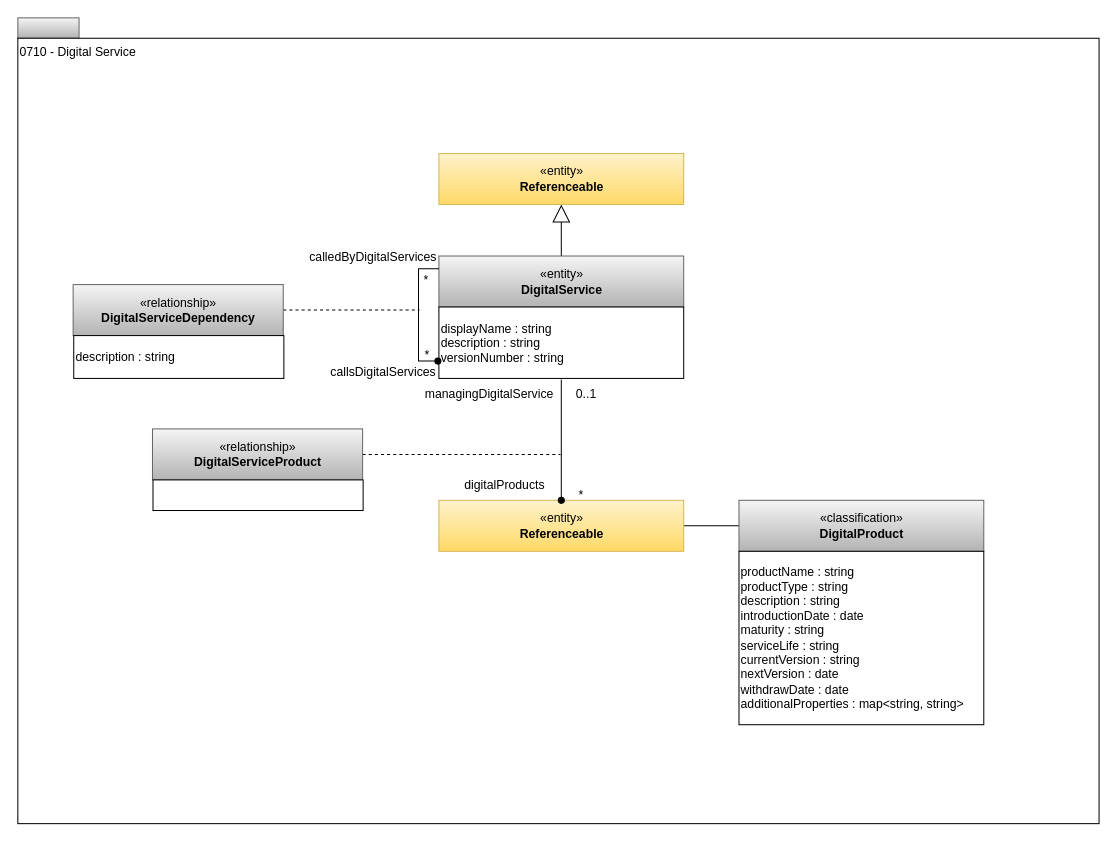
Earlier version of the draw.io diagram page "0710-Digital-Service" (2 of 17) of site/docs/types/7/area-7-lineage.drawio (odpi/egeria-docs). Source tidied: cells renumbered, new cells numbered last; positions are measured from the earlier drawing's top-left corner, leaving out a move shared by most shapes. Both pictures are drawn from the tidied source at 102%, with x=0, y=0 at pixel (17, 17).
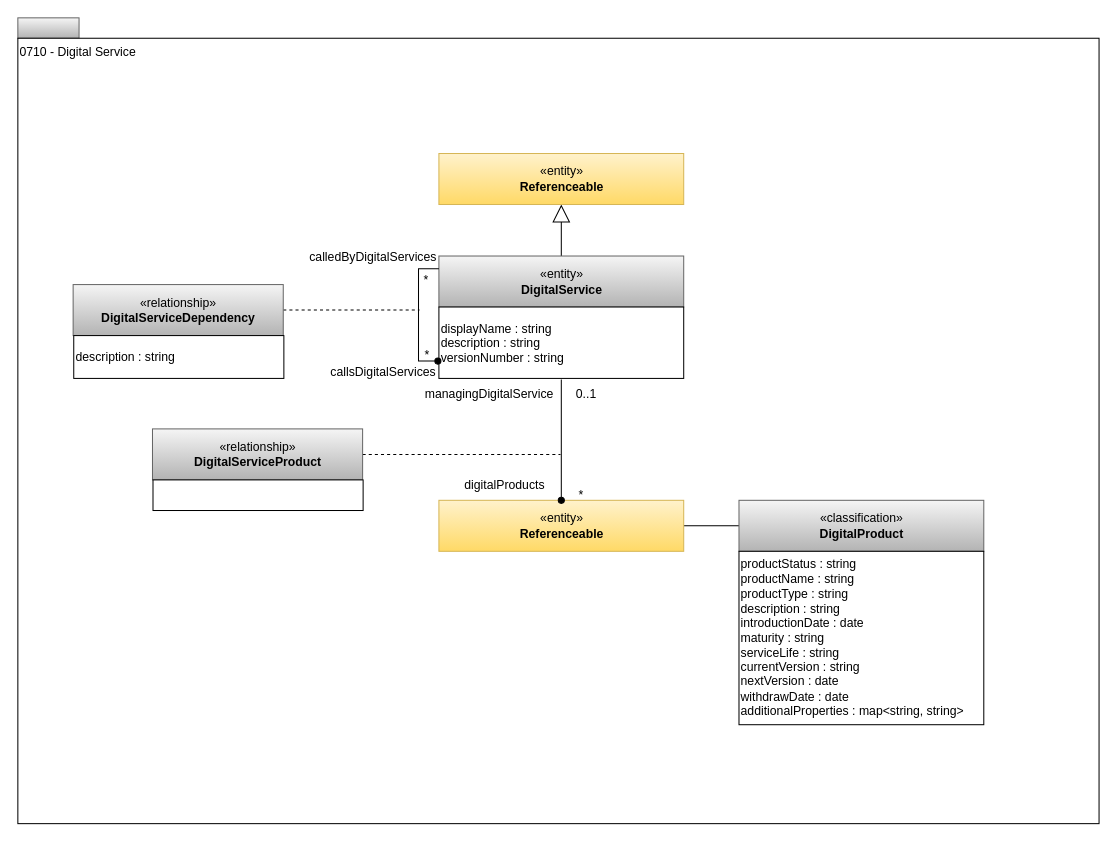
The same page after the edit.

Commit message (it also covers changes not shown here):
Update collections description

What changed in the source:
```diff
@@
-    <mxCell id="19" value="productName : string&lt;br&gt;productType : string&lt;br&gt;description : string&lt;br&gt;introductionDate : date&lt;br&gt;maturity : string&lt;br&gt;serviceLife : string&lt;br&gt;currentVersion : string&lt;br&gt;nextVersion : date&lt;br&gt;withdrawDate : date&lt;br&gt;additionalProperties : map&amp;lt;string, string&amp;gt;&lt;br&gt;&lt;div style=&quot;text-align: left&quot;&gt;&lt;/div&gt;" style="rounded=0;whiteSpace=wrap;html=1;strokeColor=#000000;gradientColor=#ffffff;align=left;perimeterSpacing=1;" parent="1" vertex="1">
+    <mxCell id="19" value="productStatus : string&lt;div&gt;productName : string&lt;br&gt;productType : string&lt;br&gt;description : string&lt;br&gt;introductionDate : date&lt;br&gt;maturity : string&lt;br&gt;serviceLife : string&lt;br&gt;currentVersion : string&lt;br&gt;nextVersion : date&lt;br&gt;withdrawDate : date&lt;br&gt;additionalProperties : map&amp;lt;string, string&amp;gt;&lt;br&gt;&lt;div style=&quot;text-align: left&quot;&gt;&lt;/div&gt;&lt;/div&gt;" style="rounded=0;whiteSpace=wrap;html=1;strokeColor=#000000;gradientColor=#ffffff;align=left;perimeterSpacing=1;" parent="1" vertex="1">
       <mxGeometry x="707" y="523" width="240" height="170" as="geometry" />
     </mxCell>
```
